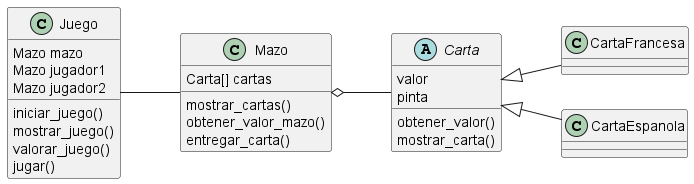
judlozanol/practica_git_uml keeps this PlantUML diagram as out/diagramas/clases/clases.png. Above is the earlier version. Its diagram source:
```plantuml
@startuml
left to right direction

abstract Carta
Carta <|-- CartaFrancesa
Carta <|-- CartaEspanola
Mazo o-- Carta
Juego -- Mazo

Juego : iniciar_juego()
Juego : mostrar_juego()
Juego : valorar_juego()
Juego : jugar()
Juego : Mazo mazo
Juego : Mazo jugador1
Juego : Mazo jugador2

Carta : valor
Carta : pinta
Carta : obtener_valor()
Carta : mostrar_carta()

Mazo : Carta[] cartas
Mazo : mostrar_cartas()
Mazo : obtener_valor_mazo()
Mazo : entregar_carta()


@enduml
```
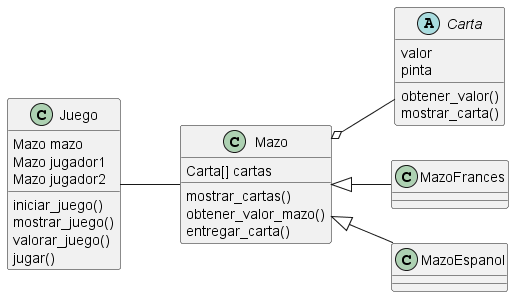
After the commit.

Change to the diagram source:
```diff
@@ -2,8 +2,8 @@
 left to right direction
 
 abstract Carta
-Carta <|-- CartaFrancesa
-Carta <|-- CartaEspanola
+Mazo <|-- MazoFrances
+Mazo <|-- MazoEspanol
 Mazo o-- Carta
 Juego -- Mazo
 
@@ -25,5 +25,4 @@
 Mazo : obtener_valor_mazo()
 Mazo : entregar_carta()
 
-
 @enduml
```
